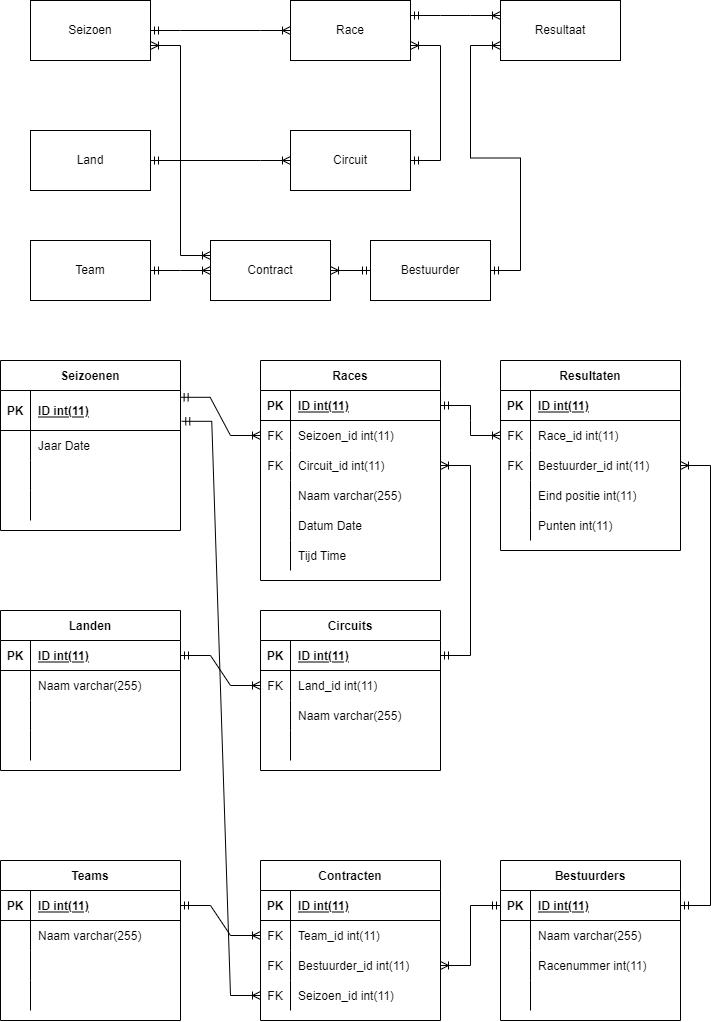
Above: F1 ERD.drawio.png in PeterVanKampen7/AO-B7-ERD (draw.io), before the change. Source tidied: cells renumbered, new cells last; positions are measured from the earlier drawing's top-left corner, leaving out a move shared by most shapes.
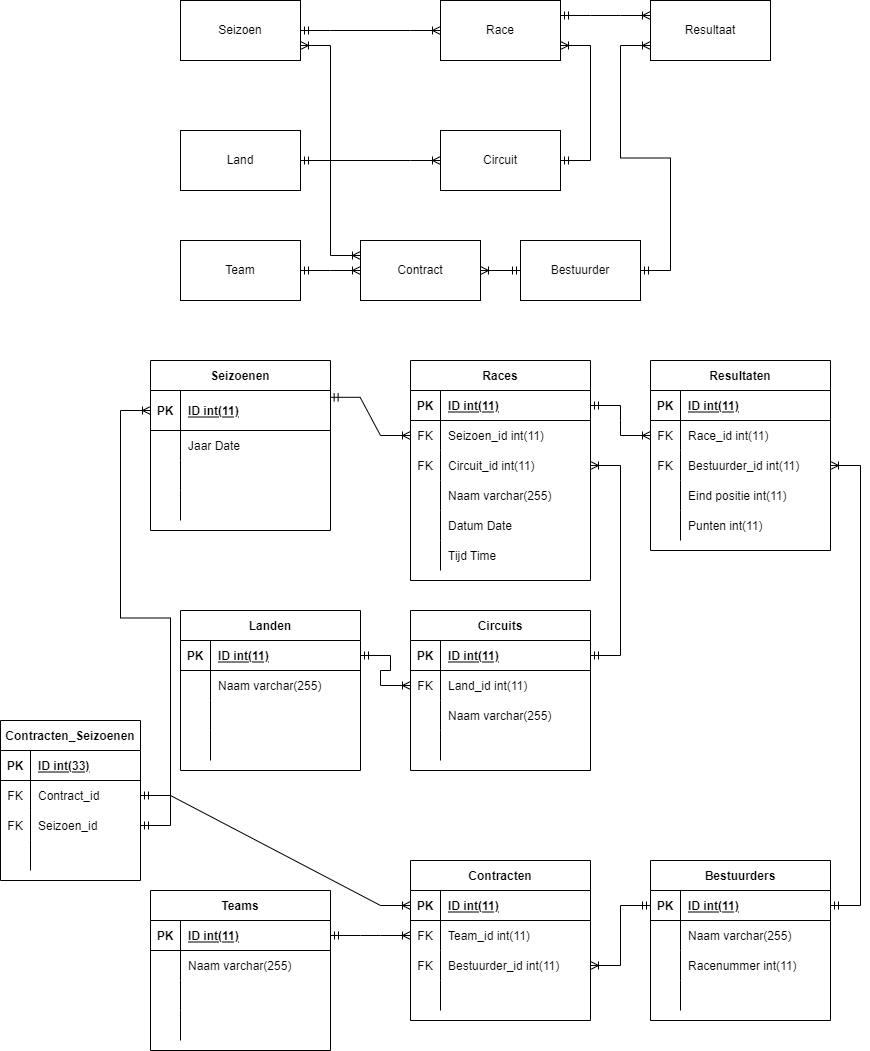
The same diagram one commit later.

Diff of the diagram source:
```diff
@@ -234,7 +234,7 @@
       <mxGeometry relative="1" as="geometry" />
     </mxCell>
     <mxCell id="79" value="Landen" style="shape=table;startSize=30;rowLines=0;fontStyle=1;align=center;" parent="1" vertex="1">
-      <mxGeometry y="610" width="180" height="160" as="geometry" />
+      <mxGeometry x="30" y="610" width="180" height="160" as="geometry" />
     </mxCell>
     <mxCell id="80" style="shape=tableRow;horizontal=0;startSize=0;swimlaneHead=0;swimlaneBody=0;fillColor=none;points=[[0,0.5],[1,0.5]];portConstraint=eastwest;top=0;left=0;right=0;bottom=1;" parent="79" vertex="1">
       <mxGeometry y="30" width="180" height="30" as="geometry" />
@@ -276,7 +276,7 @@
       <mxGeometry relative="1" as="geometry" />
     </mxCell>
     <mxCell id="93" value="Teams" style="shape=table;startSize=30;rowLines=0;fontStyle=1;align=center;" parent="1" vertex="1">
-      <mxGeometry y="860" width="180" height="160" as="geometry" />
+      <mxGeometry y="890" width="180" height="160" as="geometry" />
     </mxCell>
     <mxCell id="94" style="shape=tableRow;horizontal=0;startSize=0;swimlaneHead=0;swimlaneBody=0;fillColor=none;points=[[0,0.5],[1,0.5]];portConstraint=eastwest;top=0;left=0;right=0;bottom=1;" parent="93" vertex="1">
       <mxGeometry y="30" width="180" height="30" as="geometry" />
@@ -347,18 +347,15 @@
     <mxCell id="116" style="shape=tableRow;horizontal=0;startSize=0;swimlaneHead=0;swimlaneBody=0;fillColor=none;points=[[0,0.5],[1,0.5]];portConstraint=eastwest;top=0;left=0;right=0;bottom=0;" parent="106" vertex="1">
       <mxGeometry y="120" width="180" height="30" as="geometry" />
     </mxCell>
-    <mxCell id="117" value="FK" style="shape=partialRectangle;fillColor=none;top=0;left=0;bottom=0;right=0;overflow=hidden;" parent="116" vertex="1">
+    <mxCell id="117" style="shape=partialRectangle;fillColor=none;top=0;left=0;bottom=0;right=0;overflow=hidden;" parent="116" vertex="1">
       <mxGeometry width="30" height="30" as="geometry" />
     </mxCell>
-    <mxCell id="118" value="Seizoen_id int(11)" style="shape=partialRectangle;fillColor=none;top=0;left=0;bottom=0;right=0;align=left;spacingLeft=6;overflow=hidden;" parent="116" vertex="1">
+    <mxCell id="118" style="shape=partialRectangle;fillColor=none;top=0;left=0;bottom=0;right=0;align=left;spacingLeft=6;overflow=hidden;" parent="116" vertex="1">
       <mxGeometry x="30" width="150" height="30" as="geometry" />
     </mxCell>
     <mxCell id="119" style="edgeStyle=entityRelationEdgeStyle;fontSize=12;html=1;endArrow=ERoneToMany;startArrow=ERmandOne;rounded=0;entryX=0;entryY=0.5;entryDx=0;entryDy=0;exitX=1;exitY=0.5;exitDx=0;exitDy=0;" parent="1" edge="1" source="94" target="110">
       <mxGeometry relative="1" as="geometry" />
     </mxCell>
-    <mxCell id="120" style="edgeStyle=entityRelationEdgeStyle;fontSize=12;html=1;endArrow=ERoneToMany;startArrow=ERmandOne;rounded=0;entryX=0;entryY=0.5;entryDx=0;entryDy=0;exitX=1.007;exitY=0.77;exitDx=0;exitDy=0;exitPerimeter=0;" parent="1" edge="1" source="16" target="116">
-      <mxGeometry relative="1" as="geometry" />
-    </mxCell>
     <mxCell id="121" value="Bestuurders" style="shape=table;startSize=30;rowLines=0;fontStyle=1;align=center;" parent="1" vertex="1">
       <mxGeometry x="500" y="860" width="180" height="160" as="geometry" />
     </mxCell>
@@ -413,5 +410,50 @@
     <mxCell id="138" style="edgeStyle=entityRelationEdgeStyle;fontSize=12;html=1;endArrow=ERoneToMany;startArrow=ERoneToMany;rounded=0;entryX=1;entryY=0.75;entryDx=0;entryDy=0;exitX=0;exitY=0.25;exitDx=0;exitDy=0;" parent="1" edge="1" source="5" target="2">
       <mxGeometry relative="1" as="geometry" />
     </mxCell>
+    <mxCell id="139" value="Contracten_Seizoenen" style="shape=table;startSize=30;rowLines=0;fontStyle=1;align=center;" parent="1" vertex="1">
+      <mxGeometry x="-150" y="720" width="140" height="160" as="geometry" />
+    </mxCell>
+    <mxCell id="140" style="shape=tableRow;horizontal=0;startSize=0;swimlaneHead=0;swimlaneBody=0;fillColor=none;top=0;left=0;right=0;bottom=1;" parent="139" vertex="1">
+      <mxGeometry y="30" width="140" height="30" as="geometry" />
+    </mxCell>
+    <mxCell id="141" value="PK" style="shape=partialRectangle;fillColor=none;top=0;left=0;bottom=0;right=0;fontStyle=1;overflow=hidden;" parent="140" vertex="1">
+      <mxGeometry width="30" height="30" as="geometry" />
+    </mxCell>
+    <mxCell id="142" value="ID int(33)" style="shape=partialRectangle;fillColor=none;top=0;left=0;bottom=0;right=0;align=left;spacingLeft=6;fontStyle=5;overflow=hidden;" parent="140" vertex="1">
+      <mxGeometry x="30" width="110" height="30" as="geometry" />
+    </mxCell>
+    <mxCell id="143" style="shape=tableRow;horizontal=0;startSize=0;swimlaneHead=0;swimlaneBody=0;fillColor=none;points=[[0,0.5],[1,0.5]];portConstraint=eastwest;top=0;left=0;right=0;bottom=0;" parent="139" vertex="1">
+      <mxGeometry y="60" width="140" height="30" as="geometry" />
+    </mxCell>
+    <mxCell id="144" value="FK" style="shape=partialRectangle;fillColor=none;top=0;left=0;bottom=0;right=0;overflow=hidden;" parent="143" vertex="1">
+      <mxGeometry width="30" height="30" as="geometry" />
+    </mxCell>
+    <mxCell id="145" value="Contract_id" style="shape=partialRectangle;fillColor=none;top=0;left=0;bottom=0;right=0;align=left;spacingLeft=6;overflow=hidden;" parent="143" vertex="1">
+      <mxGeometry x="30" width="110" height="30" as="geometry" />
+    </mxCell>
+    <mxCell id="146" style="shape=tableRow;horizontal=0;startSize=0;swimlaneHead=0;swimlaneBody=0;fillColor=none;points=[[0,0.5],[1,0.5]];portConstraint=eastwest;top=0;left=0;right=0;bottom=0;" parent="139" vertex="1">
+      <mxGeometry y="90" width="140" height="30" as="geometry" />
+    </mxCell>
+    <mxCell id="147" value="FK" style="shape=partialRectangle;fillColor=none;top=0;left=0;bottom=0;right=0;overflow=hidden;" parent="146" vertex="1">
+      <mxGeometry width="30" height="30" as="geometry" />
+    </mxCell>
+    <mxCell id="148" value="Seizoen_id" style="shape=partialRectangle;fillColor=none;top=0;left=0;bottom=0;right=0;align=left;spacingLeft=6;overflow=hidden;" parent="146" vertex="1">
+      <mxGeometry x="30" width="110" height="30" as="geometry" />
+    </mxCell>
+    <mxCell id="149" style="shape=tableRow;horizontal=0;startSize=0;swimlaneHead=0;swimlaneBody=0;fillColor=none;top=0;left=0;right=0;bottom=0;" parent="139" vertex="1">
+      <mxGeometry y="120" width="140" height="30" as="geometry" />
+    </mxCell>
+    <mxCell id="150" style="shape=partialRectangle;fillColor=none;top=0;left=0;bottom=0;right=0;overflow=hidden;" parent="149" vertex="1">
+      <mxGeometry width="30" height="30" as="geometry" />
+    </mxCell>
+    <mxCell id="151" style="shape=partialRectangle;fillColor=none;top=0;left=0;bottom=0;right=0;align=left;spacingLeft=6;overflow=hidden;" parent="149" vertex="1">
+      <mxGeometry x="30" width="110" height="30" as="geometry" />
+    </mxCell>
+    <mxCell id="152" style="edgeStyle=entityRelationEdgeStyle;fontSize=12;html=1;endArrow=ERoneToMany;startArrow=ERmandOne;rounded=0;exitX=1;exitY=0.5;exitDx=0;exitDy=0;entryX=0;entryY=0.5;entryDx=0;entryDy=0;" parent="1" edge="1" source="143" target="107">
+      <mxGeometry relative="1" as="geometry" />
+    </mxCell>
+    <mxCell id="153" style="edgeStyle=entityRelationEdgeStyle;fontSize=12;html=1;endArrow=ERoneToMany;startArrow=ERmandOne;rounded=0;exitX=1;exitY=0.5;exitDx=0;exitDy=0;entryX=0;entryY=0.5;entryDx=0;entryDy=0;" parent="1" edge="1" source="146" target="16">
+      <mxGeometry relative="1" as="geometry" />
+    </mxCell>
   </root>
 </mxGraphModel>
```
